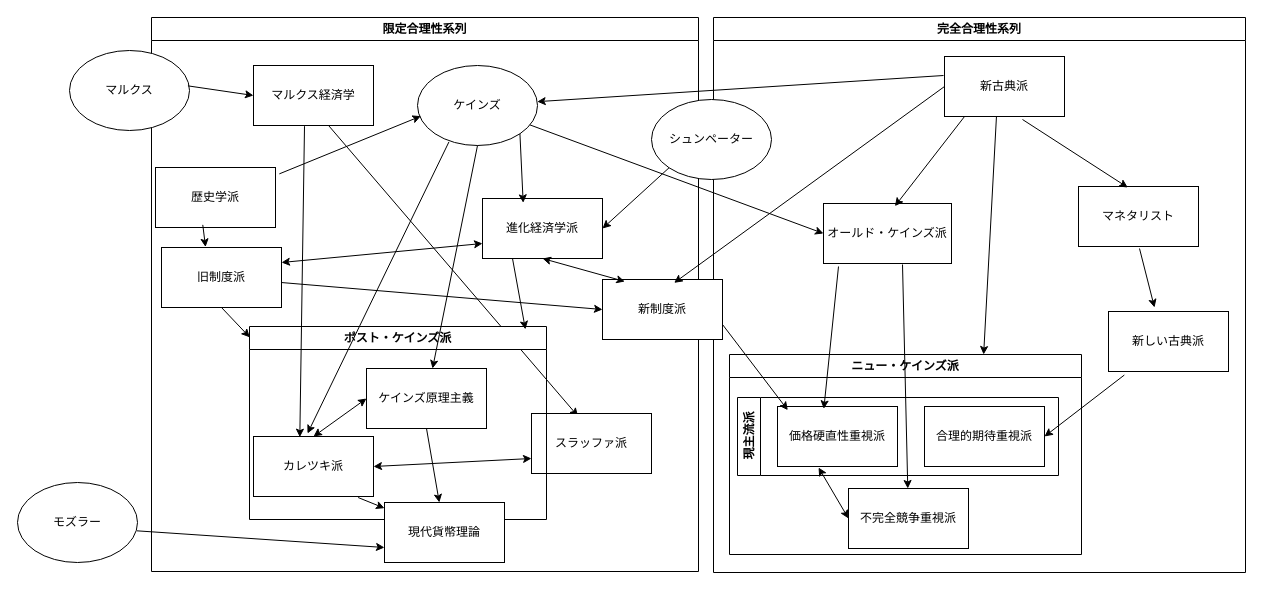
This is 名称未設定ファイル.drawio from rokaboNatttsu/diagrams, a draw.io file, before an edit. Source tidied: cells renumbered, new cells numbered last; positions are measured from the earlier drawing's top-left corner, leaving out a move shared by most shapes. Both pictures are drawn from the tidied source at 100%, with x=0, y=0 at pixel (17, 17).
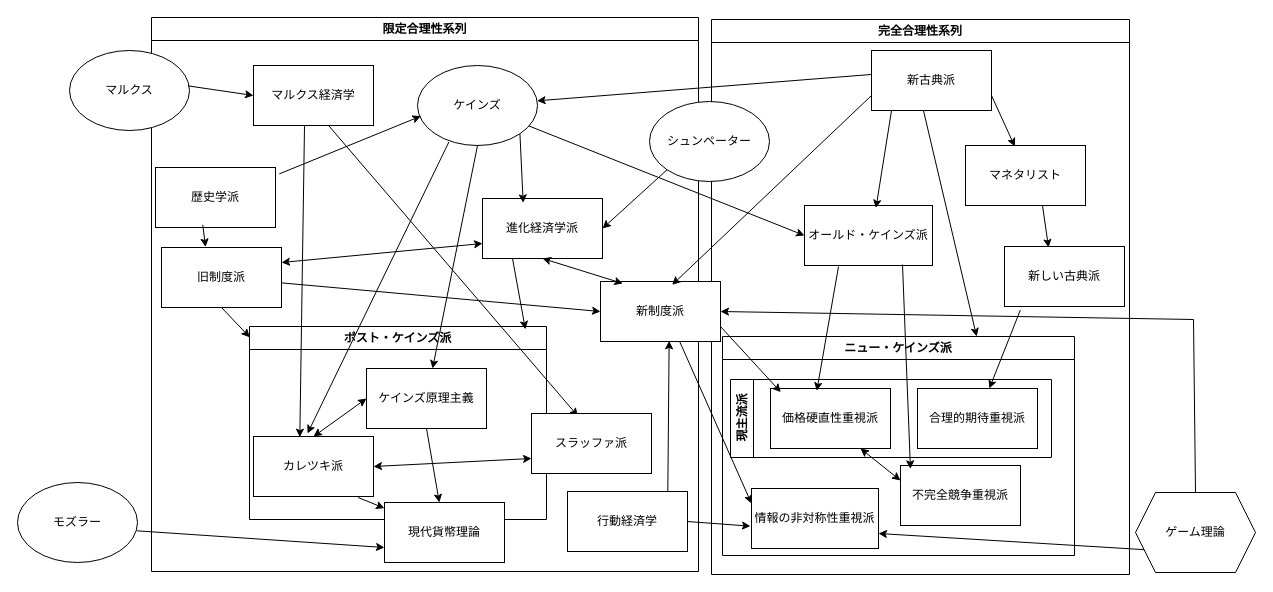
The same diagram, later.

Commit message:
名称未設定ファイル.drawio を更新します

Unchanged cells that the change refers to:
```xml
<mxCell id="2" value="限定合理性系列" style="swimlane;whiteSpace=wrap;html=1;" parent="1" vertex="1">
  <mxGeometry x="134" width="547" height="554" as="geometry" />
</mxCell>
<mxCell id="8" value="ケインズ" style="ellipse;whiteSpace=wrap;html=1;" parent="1" vertex="1">
  <mxGeometry x="400" y="48" width="120" height="80" as="geometry" />
</mxCell>
<mxCell id="15" value="合理的期待重視派" style="rounded=0;whiteSpace=wrap;html=1;" parent="14" vertex="1">
  <mxGeometry x="187" y="9" width="120" height="60" as="geometry" />
</mxCell>
<mxCell id="16" value="価格硬直性重視派" style="rounded=0;whiteSpace=wrap;html=1;" parent="14" vertex="1">
  <mxGeometry x="40" y="9" width="120" height="60" as="geometry" />
</mxCell>
<mxCell id="23" value="新制度派" style="rounded=0;whiteSpace=wrap;html=1;" parent="11" vertex="1">
  <mxGeometry x="-111" y="262" width="120" height="60" as="geometry" />
</mxCell>
```

Diff of the diagram source:
```diff
@@
+    <mxCell id="30" value="ポスト・ケインズ派" style="swimlane;whiteSpace=wrap;html=1;" parent="1" vertex="1">
+      <mxGeometry x="232" y="309" width="297" height="193" as="geometry" />
+    </mxCell>
+    <mxCell id="31" value="ケインズ原理主義" style="rounded=0;whiteSpace=wrap;html=1;" parent="30" vertex="1">
+      <mxGeometry x="117" y="42" width="120" height="60" as="geometry" />
+    </mxCell>
+    <mxCell id="32" value="カレツキ派" style="rounded=0;whiteSpace=wrap;html=1;" parent="30" vertex="1">
+      <mxGeometry x="4" y="110" width="120" height="60" as="geometry" />
+    </mxCell>
+    <mxCell id="33" style="endArrow=classic;startArrow=classic;html=1;rounded=0;entryX=0;entryY=0.5;entryDx=0;entryDy=0;exitX=0.5;exitY=0;exitDx=0;exitDy=0;" parent="30" edge="1" source="32" target="31">
+      <mxGeometry relative="1" as="geometry" />
+    </mxCell>
@@
+    <mxCell id="58" value="行動経済学" style="rounded=0;whiteSpace=wrap;html=1;" parent="2" vertex="1">
+      <mxGeometry x="416" y="474" width="120" height="60" as="geometry" />
+    </mxCell>
@@
-    <mxCell id="7" value="新古典派" style="rounded=0;whiteSpace=wrap;html=1;" parent="1" vertex="1">
-      <mxGeometry x="927" y="39" width="120" height="60" as="geometry" />
-    </mxCell>
@@
     <mxCell id="11" value="完全合理性系列" style="swimlane;whiteSpace=wrap;html=1;" parent="1" vertex="1">
-      <mxGeometry x="696" width="532" height="555" as="geometry" />
+      <mxGeometry x="694" y="2" width="418" height="555" as="geometry" />
     </mxCell>
     <mxCell id="12" value="ニュー・ケインズ派" style="swimlane;whiteSpace=wrap;html=1;" parent="11" vertex="1">
-      <mxGeometry x="16" y="337" width="352" height="200" as="geometry" />
+      <mxGeometry x="11" y="317" width="352" height="219" as="geometry" />
     </mxCell>
     <mxCell id="13" value="不完全競争重視派" style="rounded=0;whiteSpace=wrap;html=1;" parent="12" vertex="1">
-      <mxGeometry x="119" y="134" width="120" height="60" as="geometry" />
+      <mxGeometry x="178" y="129" width="120" height="60" as="geometry" />
     </mxCell>
@@
-    <mxCell id="17" style="endArrow=classic;startArrow=classic;html=1;rounded=0;entryX=0.342;entryY=1.017;entryDx=0;entryDy=0;entryPerimeter=0;exitX=0;exitY=0.5;exitDx=0;exitDy=0;" parent="12" edge="1" source="13" target="16">
+    <mxCell id="17" style="endArrow=classic;startArrow=classic;html=1;rounded=0;entryX=0.75;entryY=1;entryDx=0;entryDy=0;exitX=0;exitY=0.25;exitDx=0;exitDy=0;" parent="12" edge="1" source="13" target="16">
       <mxGeometry relative="1" as="geometry" />
     </mxCell>
+    <mxCell id="59" value="情報の非対称性重視派" style="rounded=0;whiteSpace=wrap;html=1;" parent="12" vertex="1">
+      <mxGeometry x="29" y="152" width="127" height="60" as="geometry" />
+    </mxCell>
     <mxCell id="18" value="新しい古典派" style="rounded=0;whiteSpace=wrap;html=1;" parent="11" vertex="1">
-      <mxGeometry x="395" y="294" width="120" height="60" as="geometry" />
+      <mxGeometry x="293" y="227" width="120" height="60" as="geometry" />
     </mxCell>
     <mxCell id="19" value="マネタリスト" style="rounded=0;whiteSpace=wrap;html=1;" parent="11" vertex="1">
-      <mxGeometry x="365" y="169" width="120" height="60" as="geometry" />
+      <mxGeometry x="254" y="126" width="120" height="60" as="geometry" />
     </mxCell>
     <mxCell id="20" value="オールド・ケインズ派" style="rounded=0;whiteSpace=wrap;html=1;" parent="11" vertex="1">
-      <mxGeometry x="110" y="186" width="128" height="60" as="geometry" />
+      <mxGeometry x="93" y="186" width="128" height="60" as="geometry" />
     </mxCell>
-    <mxCell id="21" style="endArrow=classic;html=1;rounded=0;exitX=0.132;exitY=1.059;exitDx=0;exitDy=0;exitPerimeter=0;entryX=1;entryY=0.5;entryDx=0;entryDy=0;" parent="11" edge="1" source="18" target="15">
+    <mxCell id="21" style="endArrow=classic;html=1;rounded=0;exitX=0.132;exitY=1.059;exitDx=0;exitDy=0;exitPerimeter=0;" parent="11" edge="1" source="18" target="15">
       <mxGeometry relative="1" as="geometry" />
     </mxCell>
@@
+    <mxCell id="27" style="endArrow=classic;html=1;rounded=0;entryX=0.367;entryY=0.017;entryDx=0;entryDy=0;entryPerimeter=0;" parent="11" edge="1" target="18">
+      <mxGeometry relative="1" as="geometry">
+        <mxPoint x="331" y="186" as="sourcePoint" />
+      </mxGeometry>
+    </mxCell>
+    <mxCell id="60" style="endArrow=classic;html=1;rounded=0;entryX=0;entryY=0.25;entryDx=0;entryDy=0;exitX=0.661;exitY=1.006;exitDx=0;exitDy=0;exitPerimeter=0;" parent="11" edge="1" source="23" target="59">
+      <mxGeometry relative="1" as="geometry" />
+    </mxCell>
@@
-    <mxCell id="26" style="endArrow=classic;html=1;rounded=0;" parent="1" edge="1" target="13">
+    <mxCell id="26" style="endArrow=classic;html=1;rounded=0;entryX=0.083;entryY=0.056;entryDx=0;entryDy=0;entryPerimeter=0;" parent="1" edge="1" target="13">
       <mxGeometry relative="1" as="geometry">
         <mxPoint x="885" y="247" as="sourcePoint" />
       </mxGeometry>
     </mxCell>
-    <mxCell id="27" style="endArrow=classic;html=1;rounded=0;" parent="1" edge="1">
-      <mxGeometry relative="1" as="geometry">
-        <mxPoint x="1122" y="231" as="sourcePoint" />
-        <mxPoint x="1137" y="290" as="targetPoint" />
-      </mxGeometry>
-    </mxCell>
@@
-    <mxCell id="29" style="endArrow=classic;html=1;rounded=0;entryX=0.411;entryY=0.017;entryDx=0;entryDy=0;entryPerimeter=0;" parent="1" edge="1" target="19">
-      <mxGeometry relative="1" as="geometry">
-        <mxPoint x="1005" y="102" as="sourcePoint" />
-      </mxGeometry>
+    <mxCell id="29" style="endArrow=classic;html=1;rounded=0;entryX=0.411;entryY=0.017;entryDx=0;entryDy=0;entryPerimeter=0;exitX=1;exitY=0.75;exitDx=0;exitDy=0;" parent="1" edge="1" source="7" target="19">
+      <mxGeometry relative="1" as="geometry" />
     </mxCell>
-    <mxCell id="30" value="ポスト・ケインズ派" style="swimlane;whiteSpace=wrap;html=1;" parent="1" vertex="1">
-      <mxGeometry x="232" y="309" width="297" height="193" as="geometry" />
-    </mxCell>
-    <mxCell id="31" value="ケインズ原理主義" style="rounded=0;whiteSpace=wrap;html=1;" parent="30" vertex="1">
-      <mxGeometry x="117" y="42" width="120" height="60" as="geometry" />
-    </mxCell>
-    <mxCell id="32" value="カレツキ派" style="rounded=0;whiteSpace=wrap;html=1;" parent="30" vertex="1">
-      <mxGeometry x="4" y="110" width="120" height="60" as="geometry" />
-    </mxCell>
-    <mxCell id="33" style="endArrow=classic;startArrow=classic;html=1;rounded=0;entryX=0;entryY=0.5;entryDx=0;entryDy=0;exitX=0.5;exitY=0;exitDx=0;exitDy=0;" parent="30" edge="1" source="32" target="31">
-      <mxGeometry relative="1" as="geometry" />
-    </mxCell>
@@
-    <mxCell id="36" style="endArrow=classic;html=1;rounded=0;exitX=0;exitY=0.5;exitDx=0;exitDy=0;entryX=0.597;entryY=0.056;entryDx=0;entryDy=0;entryPerimeter=0;" parent="1" edge="1" source="7" target="23">
+    <mxCell id="36" style="endArrow=classic;html=1;rounded=0;exitX=0;exitY=0.75;exitDx=0;exitDy=0;entryX=0.597;entryY=0.056;entryDx=0;entryDy=0;entryPerimeter=0;" parent="1" edge="1" source="7" target="23">
       <mxGeometry relative="1" as="geometry" />
     </mxCell>
@@
-    <mxCell id="40" style="endArrow=classic;html=1;rounded=0;" parent="1" edge="1" target="8">
-      <mxGeometry relative="1" as="geometry">
-        <mxPoint x="926" y="58" as="sourcePoint" />
-      </mxGeometry>
+    <mxCell id="40" style="endArrow=classic;html=1;rounded=0;exitX=0.01;exitY=0.398;exitDx=0;exitDy=0;exitPerimeter=0;" parent="1" edge="1" source="7" target="8">
+      <mxGeometry relative="1" as="geometry" />
     </mxCell>
@@
+    <mxCell id="61" style="endArrow=classic;html=1;rounded=0;entryX=0.572;entryY=0.989;entryDx=0;entryDy=0;entryPerimeter=0;exitX=0.836;exitY=0;exitDx=0;exitDy=0;exitPerimeter=0;" parent="1" edge="1" source="58" target="23">
+      <mxGeometry relative="1" as="geometry" />
+    </mxCell>
+    <mxCell id="62" style="endArrow=classic;html=1;rounded=0;entryX=-0.008;entryY=0.628;entryDx=0;entryDy=0;entryPerimeter=0;exitX=1;exitY=0.5;exitDx=0;exitDy=0;" parent="1" edge="1" source="58" target="59">
+      <mxGeometry relative="1" as="geometry" />
+    </mxCell>
+    <mxCell id="63" value="ゲーム理論" style="shape=hexagon;perimeter=hexagonPerimeter2;whiteSpace=wrap;html=1;fixedSize=1;" parent="1" vertex="1">
+      <mxGeometry x="1118" y="475" width="120" height="80" as="geometry" />
+    </mxCell>
+    <mxCell id="64" style="endArrow=classic;html=1;rounded=0;" parent="1" edge="1" target="7">
+      <mxGeometry relative="1" as="geometry">
+        <mxPoint x="926" y="58" as="sourcePoint" />
+      </mxGeometry>
+    </mxCell>
+    <mxCell id="7" value="新古典派" style="rounded=0;whiteSpace=wrap;html=1;" parent="1" vertex="1">
+      <mxGeometry x="854" y="33" width="120" height="60" as="geometry" />
+    </mxCell>
+    <mxCell id="65" style="endArrow=classic;html=1;rounded=0;entryX=1;entryY=0.75;entryDx=0;entryDy=0;exitX=0;exitY=0.75;exitDx=0;exitDy=0;" parent="1" edge="1" source="63" target="59">
+      <mxGeometry relative="1" as="geometry" />
+    </mxCell>
+    <mxCell id="66" style="endArrow=classic;html=1;rounded=0;exitX=0.5;exitY=0;exitDx=0;exitDy=0;entryX=1;entryY=0.5;entryDx=0;entryDy=0;" parent="1" edge="1" source="63" target="23">
+      <mxGeometry relative="1" as="geometry">
+        <Array as="points">
+          <mxPoint x="1176" y="302" />
+        </Array>
+      </mxGeometry>
+    </mxCell>
```
